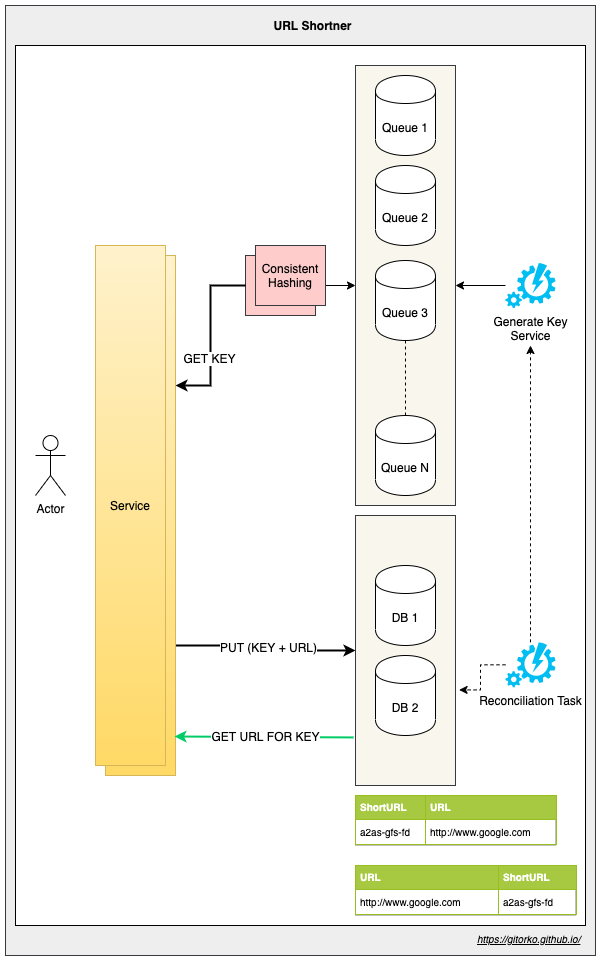
Above: content/post/grokking-the-system-design-interview/url-shortner.png in gitorko/gitorko.github.io (draw.io), before the change. Source tidied: cells renumbered, new cells last; positions are measured from the earlier drawing's top-left corner, leaving out a move shared by most shapes. The source it was exported from:
```xml
<mxGraphModel>
  <root>
    <mxCell id="0" />
    <mxCell id="1" parent="0" />
    <mxCell id="2" style="rounded=0;whiteSpace=wrap;html=1;fillColor=#eeeeee;strokeColor=#36393d;" parent="1" vertex="1">
      <mxGeometry width="590" height="950" as="geometry" />
    </mxCell>
    <mxCell id="3" style="rounded=0;whiteSpace=wrap;html=1;" parent="1" vertex="1">
      <mxGeometry x="10" y="40" width="570" height="880" as="geometry" />
    </mxCell>
    <mxCell id="4" style="rounded=0;whiteSpace=wrap;html=1;fillColor=#f9f7ed;strokeColor=#36393d;" parent="1" vertex="1">
      <mxGeometry x="350" y="510" width="100" height="270" as="geometry" />
    </mxCell>
    <mxCell id="5" style="rounded=0;whiteSpace=wrap;html=1;fillColor=#f9f7ed;strokeColor=#36393d;" parent="1" vertex="1">
      <mxGeometry x="350" y="60" width="100" height="440" as="geometry" />
    </mxCell>
    <mxCell id="6" value="Queue 1" style="shape=cylinder;whiteSpace=wrap;html=1;boundedLbl=1;backgroundOutline=1;" parent="1" vertex="1">
      <mxGeometry x="370" y="70" width="60" height="80" as="geometry" />
    </mxCell>
    <mxCell id="7" value="DB 1" style="shape=cylinder;whiteSpace=wrap;html=1;boundedLbl=1;backgroundOutline=1;" parent="1" vertex="1">
      <mxGeometry x="370" y="560" width="60" height="80" as="geometry" />
    </mxCell>
    <mxCell id="8" value="Actor" style="shape=umlActor;verticalLabelPosition=bottom;labelBackgroundColor=#ffffff;verticalAlign=top;html=1;" parent="1" vertex="1">
      <mxGeometry x="30" y="430" width="30" height="60" as="geometry" />
    </mxCell>
    <mxCell id="9" style="edgeStyle=orthogonalEdgeStyle;rounded=0;jettySize=auto;html=1;entryX=1;entryY=0.5;entryDx=0;entryDy=0;" parent="1" edge="1" source="10" target="5">
      <mxGeometry relative="1" as="geometry" />
    </mxCell>
    <mxCell id="10" value="Generate Key&lt;br&gt;Service" style="verticalLabelPosition=bottom;html=1;verticalAlign=top;align=center;strokeColor=none;fillColor=#00BEF2;shape=mxgraph.azure.automation;" parent="1" vertex="1">
      <mxGeometry x="500" y="257.5" width="50" height="45" as="geometry" />
    </mxCell>
    <mxCell id="11" value="Queue 2" style="shape=cylinder;whiteSpace=wrap;html=1;boundedLbl=1;backgroundOutline=1;" parent="1" vertex="1">
      <mxGeometry x="370" y="160" width="60" height="80" as="geometry" />
    </mxCell>
    <mxCell id="12" value="Queue 3" style="shape=cylinder;whiteSpace=wrap;html=1;boundedLbl=1;backgroundOutline=1;" parent="1" vertex="1">
      <mxGeometry x="370" y="255" width="60" height="80" as="geometry" />
    </mxCell>
    <mxCell id="13" style="edgeStyle=orthogonalEdgeStyle;rounded=0;jettySize=auto;html=1;entryX=0;entryY=0.5;entryDx=0;entryDy=0;" parent="1" edge="1" source="14" target="5">
      <mxGeometry relative="1" as="geometry" />
    </mxCell>
    <mxCell id="14" style="rounded=0;whiteSpace=wrap;html=1;fillColor=#ffcccc;strokeColor=#36393d;" parent="1" vertex="1">
      <mxGeometry x="240" y="250" width="70" height="60" as="geometry" />
    </mxCell>
    <mxCell id="15" value="Queue N" style="shape=cylinder;whiteSpace=wrap;html=1;boundedLbl=1;backgroundOutline=1;" parent="1" vertex="1">
      <mxGeometry x="370" y="410" width="60" height="80" as="geometry" />
    </mxCell>
    <mxCell id="16" style="endArrow=none;dashed=1;html=1;entryX=0.5;entryY=1;entryDx=0;entryDy=0;exitX=0.5;exitY=0;exitDx=0;exitDy=0;" parent="1" edge="1" source="15" target="12">
      <mxGeometry relative="1" as="geometry" />
    </mxCell>
    <mxCell id="17" style="edgeStyle=orthogonalEdgeStyle;rounded=0;jettySize=auto;html=1;exitX=1;exitY=0.25;exitDx=0;exitDy=0;strokeWidth=2;startArrow=classic;startFill=1;endArrow=none;endFill=0;" parent="1" edge="1" source="21" target="14">
      <mxGeometry relative="1" as="geometry" />
    </mxCell>
    <mxCell id="18" value="GET KEY" style="text;html=1;align=center;verticalAlign=middle;labelBackgroundColor=#ffffff;" parent="17" vertex="1">
      <mxGeometry x="-0.26" y="1" relative="1" as="geometry" />
    </mxCell>
    <mxCell id="19" style="edgeStyle=orthogonalEdgeStyle;rounded=0;jettySize=auto;html=1;exitX=1;exitY=0.75;exitDx=0;exitDy=0;entryX=0;entryY=0.5;entryDx=0;entryDy=0;strokeWidth=2;" parent="1" edge="1" source="21" target="4">
      <mxGeometry relative="1" as="geometry" />
    </mxCell>
    <mxCell id="20" value="PUT (KEY + URL)" style="text;html=1;align=center;verticalAlign=middle;labelBackgroundColor=#ffffff;" parent="19" vertex="1">
      <mxGeometry x="-0.02" y="3" relative="1" as="geometry">
        <mxPoint y="1" as="offset" />
      </mxGeometry>
    </mxCell>
    <mxCell id="21" value="Service" style="rounded=0;whiteSpace=wrap;html=1;gradientColor=#ffd966;fillColor=#fff2cc;strokeColor=#d6b656;" parent="1" vertex="1">
      <mxGeometry x="100" y="250" width="70" height="520" as="geometry" />
    </mxCell>
    <mxCell id="22" value="Consistent Hashing" style="rounded=0;whiteSpace=wrap;html=1;fillColor=#ffcccc;strokeColor=#36393d;" parent="1" vertex="1">
      <mxGeometry x="250" y="240" width="70" height="60" as="geometry" />
    </mxCell>
    <mxCell id="23" value="DB 2" style="shape=cylinder;whiteSpace=wrap;html=1;boundedLbl=1;backgroundOutline=1;" parent="1" vertex="1">
      <mxGeometry x="370" y="650" width="60" height="80" as="geometry" />
    </mxCell>
    <mxCell id="24" style="endArrow=none;html=1;exitX=0.986;exitY=0.925;exitDx=0;exitDy=0;exitPerimeter=0;entryX=-0.02;entryY=0.822;entryDx=0;entryDy=0;entryPerimeter=0;startArrow=classic;startFill=1;endFill=0;strokeWidth=2;strokeColor=#00CC66;" parent="1" edge="1" source="21" target="4">
      <mxGeometry relative="1" as="geometry" />
    </mxCell>
    <mxCell id="25" value="GET URL FOR KEY" style="text;html=1;align=center;verticalAlign=middle;labelBackgroundColor=#ffffff;" parent="24" vertex="1">
      <mxGeometry x="0.02" y="1" relative="1" as="geometry" />
    </mxCell>
    <mxCell id="26" value="URL Shortner" style="text;html=1;strokeColor=none;fillColor=none;align=center;verticalAlign=middle;whiteSpace=wrap;rounded=0;fontStyle=1;" parent="1" vertex="1">
      <mxGeometry x="230" y="10" width="155" height="20" as="geometry" />
    </mxCell>
    <mxCell id="27" value="&lt;i&gt;&lt;u&gt;&lt;font style=&quot;font-size: 10px&quot;&gt;https://gitorko.github.io/&lt;/font&gt;&lt;/u&gt;&lt;/i&gt;" style="text;html=1;" parent="1" vertex="1">
      <mxGeometry x="470" y="920" width="110" height="30" as="geometry" />
    </mxCell>
    <mxCell id="28" value="&lt;table border=&quot;1&quot; width=&quot;100%&quot; cellpadding=&quot;4&quot; style=&quot;width: 100% ; height: 100% ; border-collapse: collapse ; font-size: 10px&quot;&gt;&lt;tbody style=&quot;font-size: 10px&quot;&gt;&lt;tr style=&quot;background-color: rgb(167 , 201 , 66) ; color: rgb(255 , 255 , 255) ; border: 1px solid rgb(152 , 191 , 33) ; font-size: 10px&quot;&gt;&lt;th align=&quot;left&quot; style=&quot;font-size: 10px&quot;&gt;ShortURL&lt;/th&gt;&lt;th align=&quot;left&quot; style=&quot;font-size: 10px&quot;&gt;URL&lt;/th&gt;&lt;/tr&gt;&lt;tr style=&quot;border: 1px solid rgb(152 , 191 , 33) ; font-size: 10px&quot;&gt;&lt;td style=&quot;font-size: 10px&quot;&gt;a2as-gfs-fd&lt;/td&gt;&lt;td style=&quot;font-size: 10px&quot;&gt;http://www.google.com&lt;/td&gt;&lt;/tr&gt;&lt;/tbody&gt;&lt;/table&gt;" style="text;html=1;strokeColor=#c0c0c0;fillColor=#ffffff;overflow=fill;rounded=0;fontSize=10;" parent="1" vertex="1">
      <mxGeometry x="350" y="790" width="200" height="50" as="geometry" />
    </mxCell>
    <mxCell id="29" value="&lt;table border=&quot;1&quot; width=&quot;100%&quot; cellpadding=&quot;4&quot; style=&quot;width: 100% ; height: 100% ; border-collapse: collapse ; font-size: 10px&quot;&gt;&lt;tbody style=&quot;font-size: 10px&quot;&gt;&lt;tr style=&quot;background-color: rgb(167 , 201 , 66) ; color: rgb(255 , 255 , 255) ; border: 1px solid rgb(152 , 191 , 33) ; font-size: 10px&quot;&gt;&lt;th align=&quot;left&quot; style=&quot;font-size: 10px&quot;&gt;URL&lt;/th&gt;&lt;th align=&quot;left&quot; style=&quot;font-size: 10px&quot;&gt;ShortURL&lt;/th&gt;&lt;/tr&gt;&lt;tr style=&quot;border: 1px solid rgb(152 , 191 , 33) ; font-size: 10px&quot;&gt;&lt;td style=&quot;font-size: 10px&quot;&gt;http://www.google.com&lt;/td&gt;&lt;td style=&quot;font-size: 10px&quot;&gt;a2as-gfs-fd&lt;/td&gt;&lt;/tr&gt;&lt;/tbody&gt;&lt;/table&gt;" style="text;html=1;strokeColor=#c0c0c0;fillColor=#ffffff;overflow=fill;rounded=0;fontSize=10;" parent="1" vertex="1">
      <mxGeometry x="350" y="860" width="220" height="50" as="geometry" />
    </mxCell>
    <mxCell id="30" value="Service" style="rounded=0;whiteSpace=wrap;html=1;gradientColor=#ffd966;fillColor=#fff2cc;strokeColor=#d6b656;" parent="1" vertex="1">
      <mxGeometry x="90" y="240" width="70" height="520" as="geometry" />
    </mxCell>
    <mxCell id="31" style="edgeStyle=orthogonalEdgeStyle;rounded=0;jettySize=auto;html=1;dashed=1;" parent="1" edge="1" source="33">
      <mxGeometry relative="1" as="geometry">
        <mxPoint x="525" y="340" as="targetPoint" />
      </mxGeometry>
    </mxCell>
    <mxCell id="32" style="edgeStyle=orthogonalEdgeStyle;rounded=0;jettySize=auto;html=1;dashed=1;entryX=1.036;entryY=0.646;entryDx=0;entryDy=0;entryPerimeter=0;" parent="1" edge="1" source="33" target="4">
      <mxGeometry relative="1" as="geometry" />
    </mxCell>
    <mxCell id="33" value="Reconciliation Task" style="verticalLabelPosition=bottom;html=1;verticalAlign=top;align=center;strokeColor=none;fillColor=#00BEF2;shape=mxgraph.azure.automation;" parent="1" vertex="1">
      <mxGeometry x="500" y="636.8" width="50" height="45" as="geometry" />
    </mxCell>
  </root>
</mxGraphModel>
```
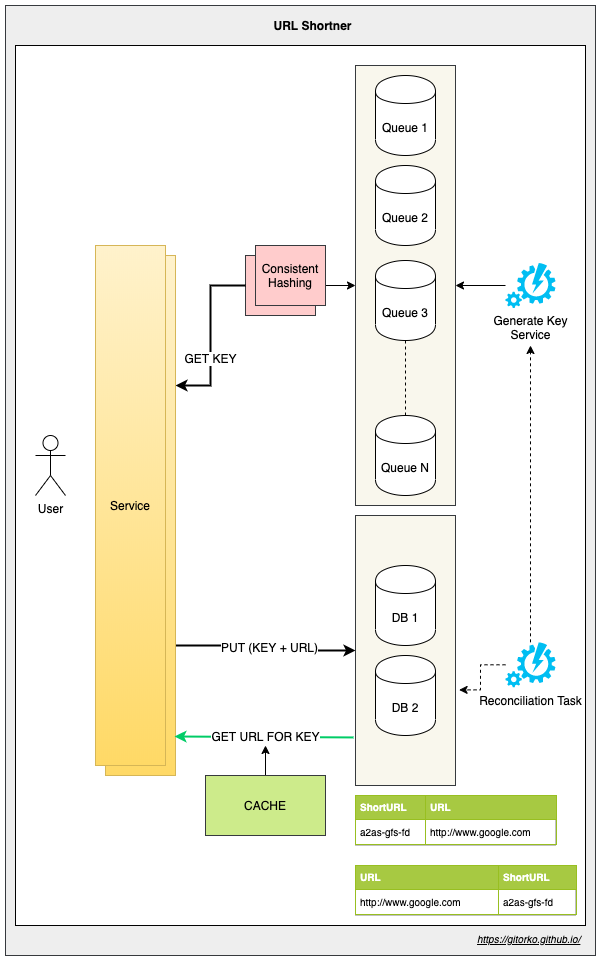
The same diagram one commit later.

Change to the diagram source:
```diff
@@ -20,7 +20,7 @@
     <mxCell id="7" value="DB 1" style="shape=cylinder;whiteSpace=wrap;html=1;boundedLbl=1;backgroundOutline=1;" parent="1" vertex="1">
       <mxGeometry x="370" y="560" width="60" height="80" as="geometry" />
     </mxCell>
-    <mxCell id="8" value="Actor" style="shape=umlActor;verticalLabelPosition=bottom;labelBackgroundColor=#ffffff;verticalAlign=top;html=1;" parent="1" vertex="1">
+    <mxCell id="8" value="User" style="shape=umlActor;verticalLabelPosition=bottom;labelBackgroundColor=#ffffff;verticalAlign=top;html=1;" parent="1" vertex="1">
       <mxGeometry x="30" y="430" width="30" height="60" as="geometry" />
     </mxCell>
     <mxCell id="9" style="edgeStyle=orthogonalEdgeStyle;rounded=0;jettySize=auto;html=1;entryX=1;entryY=0.5;entryDx=0;entryDy=0;" parent="1" edge="1" source="10" target="5">
@@ -102,5 +102,13 @@
     <mxCell id="33" value="Reconciliation Task" style="verticalLabelPosition=bottom;html=1;verticalAlign=top;align=center;strokeColor=none;fillColor=#00BEF2;shape=mxgraph.azure.automation;" parent="1" vertex="1">
       <mxGeometry x="500" y="636.8" width="50" height="45" as="geometry" />
     </mxCell>
+    <mxCell id="34" style="edgeStyle=orthogonalEdgeStyle;rounded=0;jettySize=auto;html=1;exitX=0.5;exitY=0;exitDx=0;exitDy=0;" parent="1" edge="1" source="35">
+      <mxGeometry relative="1" as="geometry">
+        <mxPoint x="260" y="740" as="targetPoint" />
+      </mxGeometry>
+    </mxCell>
+    <mxCell id="35" value="CACHE" style="rounded=0;whiteSpace=wrap;html=1;fillColor=#cdeb8b;strokeColor=#36393d;" parent="1" vertex="1">
+      <mxGeometry x="200" y="770" width="120" height="60" as="geometry" />
+    </mxCell>
   </root>
 </mxGraphModel>
```
